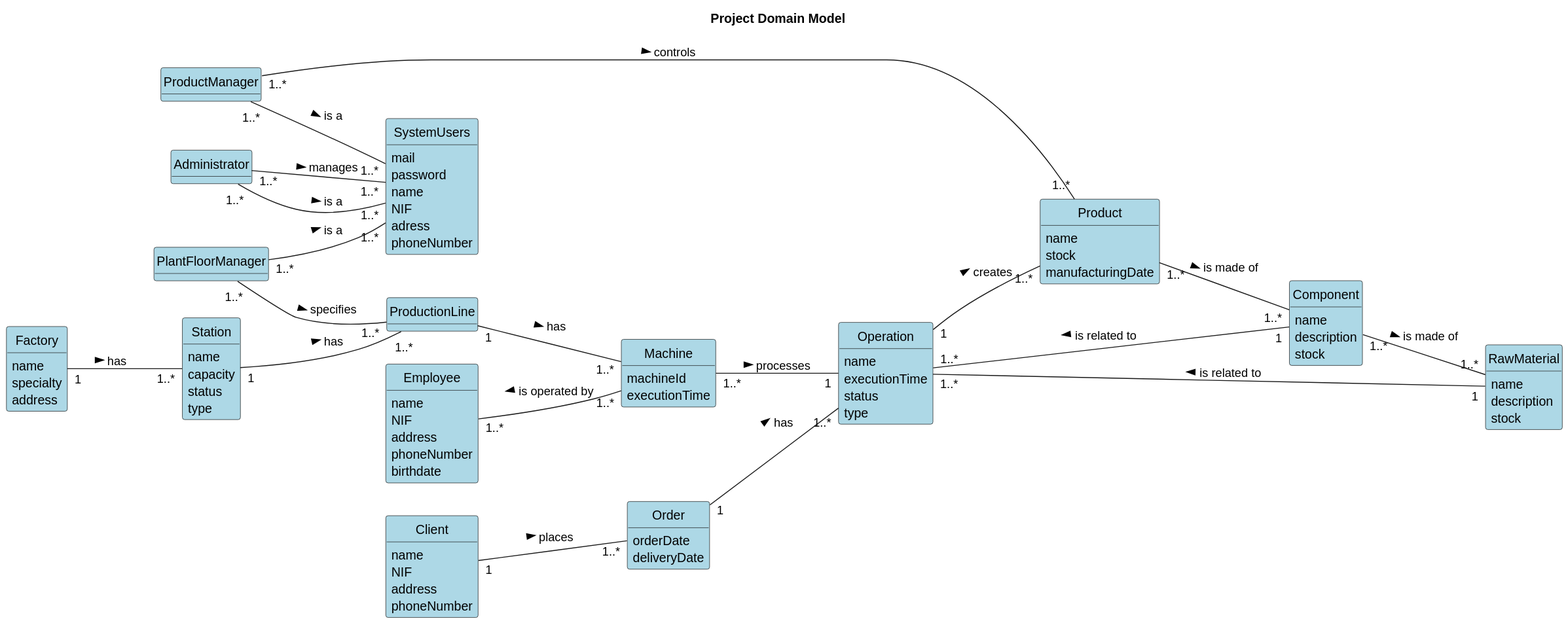
Earlier version of the PlantUML export others/documentation/global-artifacts/svg/domain-model-Project_Domain_Model.svg (ricardomm7/buildflow).
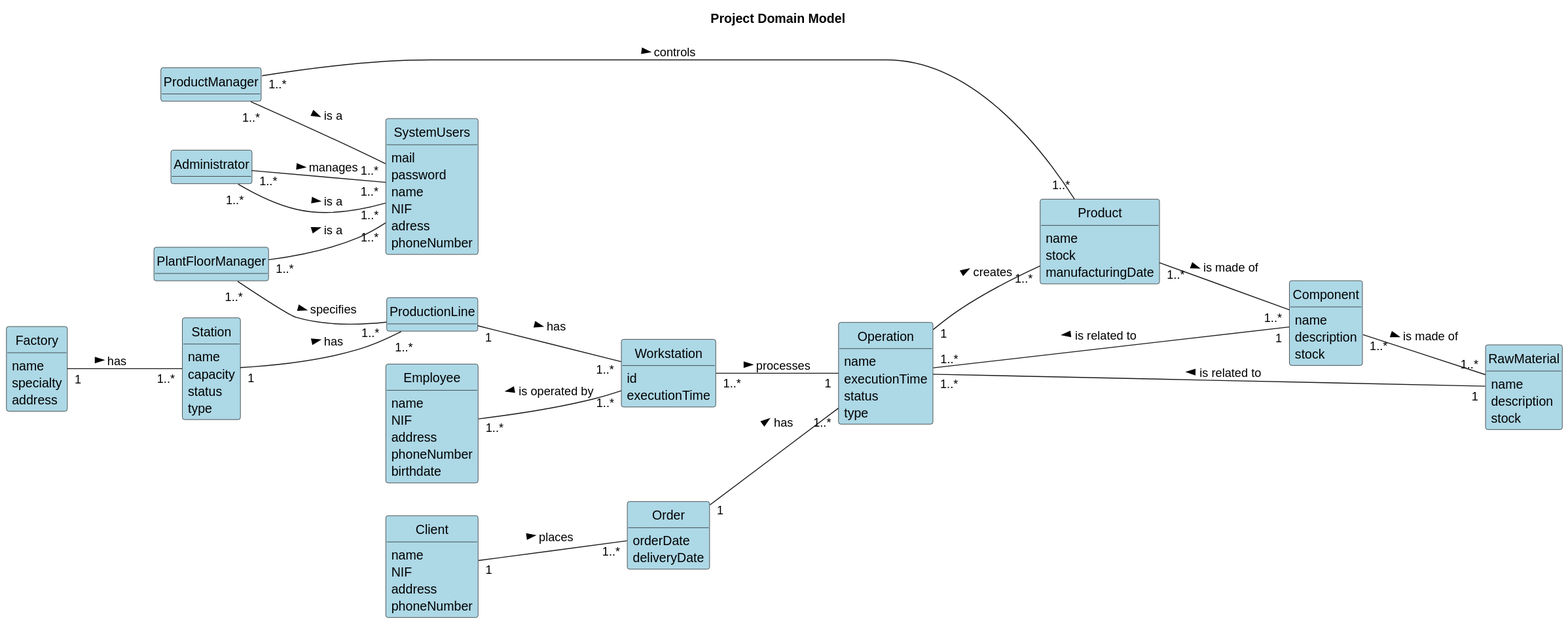
Later version of the same file.

Commit message:
Domain model updated. Machine class turned into Workstation.

Diff of the diagram source:
```diff
@@ -48,8 +48,8 @@
     stock
 }
 
-class Machine {
-    machineId
+class Workstation {
+    id
     executionTime
 }
 
@@ -99,7 +99,7 @@
 PlantFloorManager"1..*" -- "1..*" SystemUsers: is a >
 Administrator"1..*" -- "1..*" SystemUsers: manages >
 PlantFloorManager"1..*" -- "1..*" ProductionLine: specifies >
-ProductionLine "1" -- "1..*" Machine: has >
+ProductionLine "1" -- "1..*" Workstation: has >
 ProductManager "1..*" -- "1..*" Product: controls >
 Component "1..*" -- "1..*" RawMaterial: is made of >
 Product "1..*" -- "1..*" Component : is made of >
@@ -108,8 +108,8 @@
 Operation "1" -- "1..*" Product : creates >
 Order "1" -- "1..*" Operation : has >
 Client "1" -- "1..*" Order : places >
-Machine "1..*" -- "1" Operation : processes >
-Employee "1..*" -- "1..*" Machine : is operated by <
+Workstation "1..*" -- "1" Operation : processes >
+Employee "1..*" -- "1..*" Workstation : is operated by <
 Station "1" -- "1..*" ProductionLine : has >
 Factory "1" -- "1..*" Station : has >
 @enduml
```
